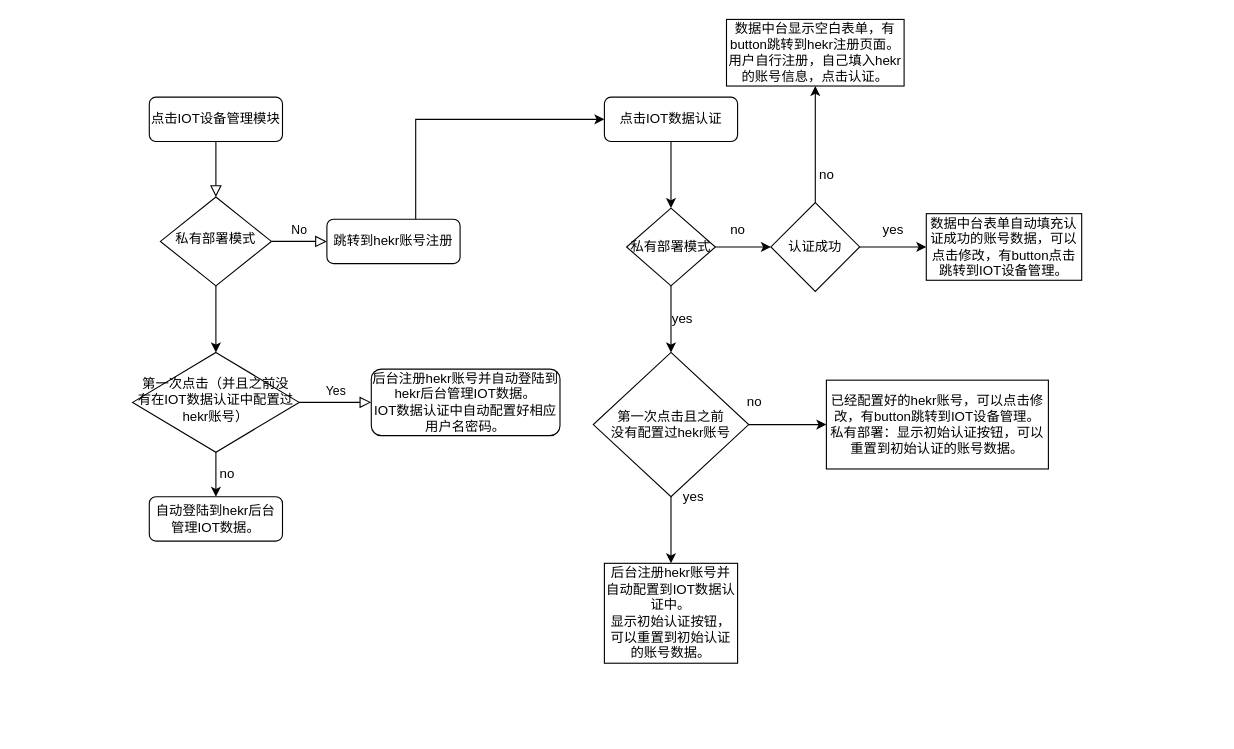
brightzoe/IMG keeps this draw.io diagram as hekr二期融合.drawio. Above is the earlier version. Source tidied: cells renumbered, new cells numbered last; positions are measured from the earlier drawing's top-left corner, leaving out a move shared by most shapes. Both pictures are drawn from the tidied source at 111%, with x=0, y=0 at pixel (132, 19).
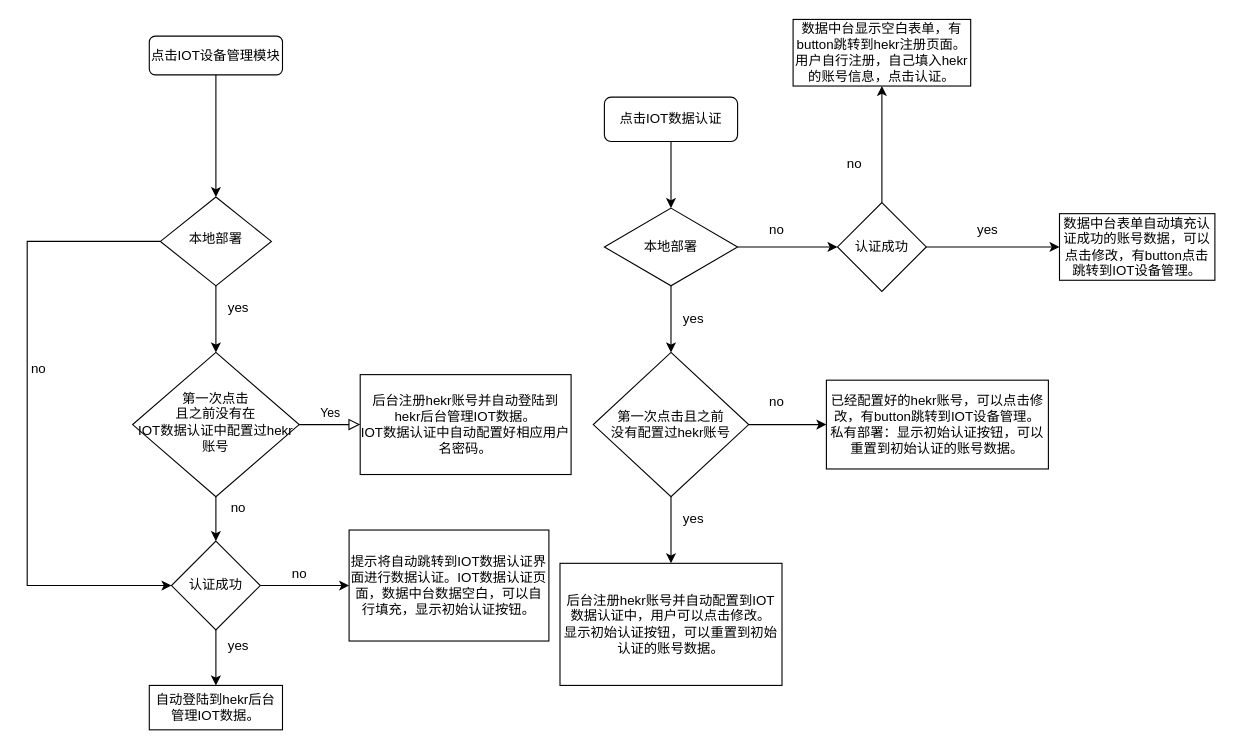
The same page after the edit.

Commit message:
更新hekr二期融合.drawio

Unchanged cells that the change refers to:
```xml
<mxCell id="15" value="点击IOT数据认证" style="rounded=1;whiteSpace=wrap;html=1;fontSize=12;glass=0;strokeWidth=1;shadow=0;" parent="1" vertex="1">
  <mxGeometry x="425" y="70" width="120" height="40" as="geometry" />
</mxCell>
```

Diff of the diagram source:
```diff
@@
-    <mxCell id="2" style="rounded=0;html=1;jettySize=auto;fontSize=11;endArrow=block;endFill=0;endSize=8;strokeWidth=1;shadow=0;labelBackgroundColor=none;edgeStyle=orthogonalEdgeStyle;" parent="1" edge="1" source="3" target="6">
-      <mxGeometry relative="1" as="geometry" />
-    </mxCell>
     <mxCell id="3" value="点击IOT设备管理模块" style="rounded=1;whiteSpace=wrap;html=1;fontSize=12;glass=0;strokeWidth=1;shadow=0;" parent="1" vertex="1">
-      <mxGeometry x="15" y="70" width="120" height="40" as="geometry" />
+      <mxGeometry x="15" y="15" width="120" height="35" as="geometry" />
     </mxCell>
-    <mxCell id="4" value="No" style="edgeStyle=orthogonalEdgeStyle;rounded=0;html=1;jettySize=auto;fontSize=11;endArrow=block;endFill=0;endSize=8;strokeWidth=1;shadow=0;labelBackgroundColor=none;" parent="1" edge="1" source="6" target="8">
-      <mxGeometry y="10" relative="1" as="geometry" />
-    </mxCell>
@@
+    <mxCell id="36" style="edgeStyle=orthogonalEdgeStyle;rounded=0;jettySize=auto;html=1;exitX=0;exitY=0.5;exitDx=0;exitDy=0;" parent="1" edge="1" source="6">
+      <mxGeometry relative="1" as="geometry">
+        <mxPoint x="35" y="510" as="targetPoint" />
+        <Array as="points">
+          <mxPoint x="-95" y="200" />
+          <mxPoint x="-95" y="510" />
+        </Array>
+      </mxGeometry>
+    </mxCell>
-    <mxCell id="6" value="私有部署模式" style="rhombus;whiteSpace=wrap;html=1;shadow=0;fontFamily=Helvetica;fontSize=12;align=center;strokeWidth=1;spacing=6;spacingTop=-4;" parent="1" vertex="1">
+    <mxCell id="6" value="本地部署" style="rhombus;whiteSpace=wrap;html=1;shadow=0;fontFamily=Helvetica;fontSize=12;align=center;strokeWidth=1;spacing=6;spacingTop=-4;" parent="1" vertex="1">
       <mxGeometry x="25" y="160" width="100" height="80" as="geometry" />
     </mxCell>
-    <mxCell id="7" style="edgeStyle=orthogonalEdgeStyle;rounded=0;jettySize=auto;html=1;" parent="1" edge="1" source="8" target="15">
-      <mxGeometry relative="1" as="geometry">
-        <Array as="points">
-          <mxPoint x="255" y="90" />
-        </Array>
-      </mxGeometry>
-    </mxCell>
-    <mxCell id="8" value="跳转到hekr账号注册" style="rounded=1;whiteSpace=wrap;html=1;fontSize=12;glass=0;strokeWidth=1;shadow=0;" parent="1" vertex="1">
-      <mxGeometry x="175" y="180" width="120" height="40" as="geometry" />
-    </mxCell>
@@
-    <mxCell id="10" style="edgeStyle=orthogonalEdgeStyle;rounded=0;jettySize=auto;html=1;" parent="1" edge="1" source="11" target="12">
-      <mxGeometry relative="1" as="geometry" />
-    </mxCell>
+    <mxCell id="37" style="edgeStyle=orthogonalEdgeStyle;rounded=0;jettySize=auto;html=1;" parent="1" edge="1" source="11" target="41">
+      <mxGeometry relative="1" as="geometry" />
+    </mxCell>
-    <mxCell id="11" value="第一次点击（并且之前没有在IOT数据认证中配置过hekr账号）" style="rhombus;whiteSpace=wrap;html=1;shadow=0;fontFamily=Helvetica;fontSize=12;align=center;strokeWidth=1;spacing=6;spacingTop=-4;" parent="1" vertex="1">
-      <mxGeometry y="300" width="150" height="90" as="geometry" />
+    <mxCell id="11" value="第一次点击&lt;br&gt;且之前没有在&lt;br&gt;IOT数据认证中配置过hekr账号" style="rhombus;whiteSpace=wrap;html=1;shadow=0;fontFamily=Helvetica;fontSize=12;align=center;strokeWidth=1;spacing=6;spacingTop=-4;" parent="1" vertex="1">
+      <mxGeometry y="300" width="150" height="130" as="geometry" />
     </mxCell>
-    <mxCell id="12" value="自动登陆到hekr后台管理IOT数据。" style="rounded=1;whiteSpace=wrap;html=1;fontSize=12;glass=0;strokeWidth=1;shadow=0;" parent="1" vertex="1">
-      <mxGeometry x="15" y="430" width="120" height="40" as="geometry" />
+    <mxCell id="12" value="自动登陆到hekr后台管理IOT数据。" style="rounded=0;whiteSpace=wrap;html=1;fontSize=12;glass=0;strokeWidth=1;shadow=0;direction=west;" parent="1" vertex="1">
+      <mxGeometry x="15" y="600" width="120" height="40" as="geometry" />
     </mxCell>
-    <mxCell id="13" value="后台注册hekr账号并自动登陆到hekr后台管理IOT数据。&lt;br&gt;IOT数据认证中自动配置好相应用户名密码。" style="rounded=1;whiteSpace=wrap;html=1;fontSize=12;glass=0;strokeWidth=1;shadow=0;" parent="1" vertex="1">
-      <mxGeometry x="215" y="315" width="170" height="60" as="geometry" />
+    <mxCell id="13" value="后台注册hekr账号并自动登陆到hekr后台管理IOT数据。&lt;br&gt;IOT数据认证中自动配置好相应用户名密码。" style="rounded=0;whiteSpace=wrap;html=1;fontSize=12;glass=0;strokeWidth=1;shadow=0;" parent="1" vertex="1">
+      <mxGeometry x="205" y="320" width="190" height="90" as="geometry" />
     </mxCell>
@@
-    <mxCell id="17" style="edgeStyle=orthogonalEdgeStyle;rounded=0;jettySize=auto;html=1;" parent="1" edge="1" source="18">
-      <mxGeometry relative="1" as="geometry">
-        <mxPoint x="575" y="205" as="targetPoint" />
-      </mxGeometry>
+    <mxCell id="17" style="edgeStyle=orthogonalEdgeStyle;rounded=0;jettySize=auto;html=1;entryX=0;entryY=0.5;entryDx=0;entryDy=0;" parent="1" edge="1" source="18" target="31">
+      <mxGeometry relative="1" as="geometry" />
     </mxCell>
-    <mxCell id="18" value="私有部署模式" style="rhombus;whiteSpace=wrap;html=1;" parent="1" vertex="1">
-      <mxGeometry x="445" y="170" width="80" height="70" as="geometry" />
+    <mxCell id="18" value="本地部署" style="rhombus;whiteSpace=wrap;html=1;" parent="1" vertex="1">
+      <mxGeometry x="425" y="170" width="120" height="70" as="geometry" />
     </mxCell>
@@
     <mxCell id="22" value="yes&lt;br&gt;" style="text;html=1;align=center;verticalAlign=middle;" parent="1" vertex="1">
-      <mxGeometry x="480" y="260" width="30" height="20" as="geometry" />
+      <mxGeometry x="490" y="260" width="30" height="20" as="geometry" />
     </mxCell>
-    <mxCell id="23" value="后台注册hekr账号并自动配置到IOT数据认证中。&lt;br&gt;显示初始认证按钮，可以重置到初始认证的账号数据。" style="whiteSpace=wrap;html=1;" parent="1" vertex="1">
-      <mxGeometry x="425" y="490" width="120" height="90" as="geometry" />
+    <mxCell id="23" value="后台注册hekr账号并自动配置到IOT数据认证中，用户可以点击修改。&lt;br&gt;显示初始认证按钮，可以重置到初始认证的账号数据。" style="whiteSpace=wrap;html=1;" parent="1" vertex="1">
+      <mxGeometry x="385" y="490" width="200" height="110" as="geometry" />
     </mxCell>
     <mxCell id="24" value="yes" style="text;html=1;align=center;verticalAlign=middle;" parent="1" vertex="1">
-      <mxGeometry x="490" y="420" width="30" height="20" as="geometry" />
+      <mxGeometry x="490" y="440" width="30" height="20" as="geometry" />
     </mxCell>
     <mxCell id="25" value="no" style="text;html=1;align=center;verticalAlign=middle;" parent="1" vertex="1">
-      <mxGeometry x="530" y="180" width="30" height="20" as="geometry" />
+      <mxGeometry x="565" y="180" width="30" height="20" as="geometry" />
     </mxCell>
@@
     <mxCell id="27" value="no" style="text;html=1;align=center;verticalAlign=middle;" parent="1" vertex="1">
-      <mxGeometry x="545" y="335" width="30" height="20" as="geometry" />
+      <mxGeometry x="565" y="335" width="30" height="20" as="geometry" />
     </mxCell>
-    <mxCell id="28" value="no" style="text;html=1;align=center;verticalAlign=middle;" parent="1" vertex="1">
-      <mxGeometry x="70" y="400" width="30" height="20" as="geometry" />
-    </mxCell>
@@
     <mxCell id="31" value="认证成功" style="rhombus;whiteSpace=wrap;html=1;" parent="1" vertex="1">
-      <mxGeometry x="575" y="165" width="80" height="80" as="geometry" />
+      <mxGeometry x="635" y="165" width="80" height="80" as="geometry" />
     </mxCell>
     <mxCell id="32" value="数据中台表单自动填充认证成功的账号数据，可以点击修改，有button点击跳转到IOT设备管理。" style="whiteSpace=wrap;html=1;" parent="1" vertex="1">
-      <mxGeometry x="715" y="175" width="140" height="60" as="geometry" />
+      <mxGeometry x="835" y="175" width="140" height="60" as="geometry" />
     </mxCell>
     <mxCell id="33" value="yes&lt;br&gt;" style="text;html=1;align=center;verticalAlign=middle;" parent="1" vertex="1">
-      <mxGeometry x="670" y="180" width="30" height="20" as="geometry" />
+      <mxGeometry x="755" y="180" width="30" height="20" as="geometry" />
     </mxCell>
     <mxCell id="34" value="数据中台显示空白表单，有button跳转到hekr注册页面。用户自行注册，自己填入hekr的账号信息，点击认证。" style="whiteSpace=wrap;html=1;" parent="1" vertex="1">
-      <mxGeometry x="535" width="160" height="60" as="geometry" />
+      <mxGeometry x="595" width="160" height="60" as="geometry" />
     </mxCell>
     <mxCell id="35" value="no&lt;br&gt;" style="text;html=1;align=center;verticalAlign=middle;" parent="1" vertex="1">
-      <mxGeometry x="610" y="130" width="30" height="20" as="geometry" />
+      <mxGeometry x="635" y="120" width="30" height="20" as="geometry" />
     </mxCell>
+    <mxCell id="38" value="yes&lt;br&gt;" style="text;html=1;align=center;verticalAlign=middle;" parent="1" vertex="1">
+      <mxGeometry x="80" y="250" width="30" height="20" as="geometry" />
+    </mxCell>
+    <mxCell id="39" style="edgeStyle=orthogonalEdgeStyle;rounded=0;jettySize=auto;html=1;" parent="1" edge="1" source="41" target="12">
+      <mxGeometry relative="1" as="geometry" />
+    </mxCell>
+    <mxCell id="40" style="edgeStyle=orthogonalEdgeStyle;rounded=0;jettySize=auto;html=1;" parent="1" edge="1" source="41" target="44">
+      <mxGeometry relative="1" as="geometry" />
+    </mxCell>
+    <mxCell id="41" value="认证成功" style="rhombus;whiteSpace=wrap;html=1;" parent="1" vertex="1">
+      <mxGeometry x="35" y="470" width="80" height="80" as="geometry" />
+    </mxCell>
+    <mxCell id="42" value="no" style="text;html=1;align=center;verticalAlign=middle;" parent="1" vertex="1">
+      <mxGeometry x="80" y="430" width="30" height="20" as="geometry" />
+    </mxCell>
+    <mxCell id="43" value="yes&lt;br&gt;" style="text;html=1;align=center;verticalAlign=middle;" parent="1" vertex="1">
+      <mxGeometry x="80" y="555" width="30" height="20" as="geometry" />
+    </mxCell>
+    <mxCell id="44" value="提示将自动跳转到IOT数据认证界面进行数据认证。IOT数据认证页面，数据中台数据空白，可以自行填充，显示初始认证按钮。" style="whiteSpace=wrap;html=1;" parent="1" vertex="1">
+      <mxGeometry x="195" y="460" width="180" height="100" as="geometry" />
+    </mxCell>
+    <mxCell id="45" value="no" style="text;html=1;align=center;verticalAlign=middle;" parent="1" vertex="1">
+      <mxGeometry x="135" y="490" width="30" height="20" as="geometry" />
+    </mxCell>
+    <mxCell id="46" value="no" style="text;html=1;align=center;verticalAlign=middle;" parent="1" vertex="1">
+      <mxGeometry x="-100" y="305" width="30" height="20" as="geometry" />
+    </mxCell>
+    <mxCell id="2" style="endArrow=classic;html=1;entryX=0.5;entryY=0;entryDx=0;entryDy=0;exitX=0.5;exitY=1;exitDx=0;exitDy=0;" parent="1" edge="1" source="3" target="6">
+      <mxGeometry relative="1" as="geometry" />
+    </mxCell>
```
